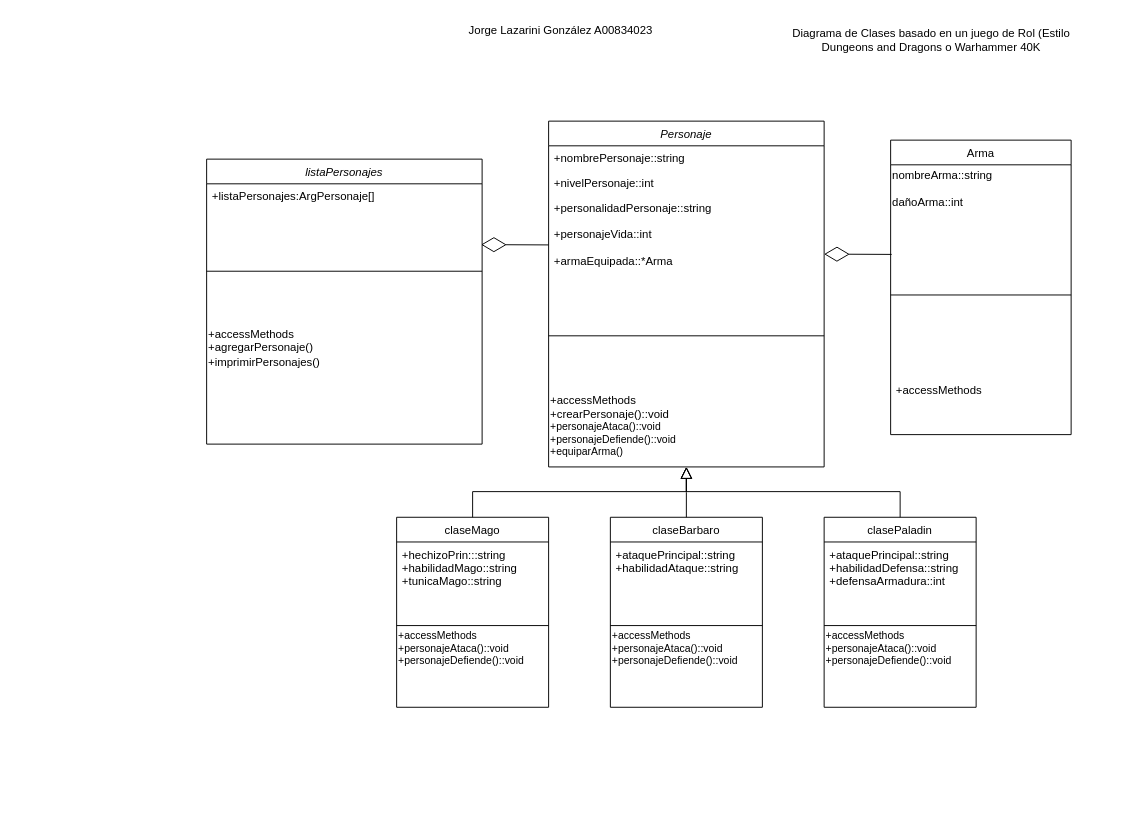
The draw.io diagram Untitled Diagram.drawio in VotelessCows/ProyectoIntegrador, before the edit. Source tidied: cells renumbered, new cells numbered last; positions are measured from the earlier drawing's top-left corner, leaving out a move shared by most shapes. Both pictures are drawn from the tidied source at 95%, with x=0, y=0 at pixel (206, 16).
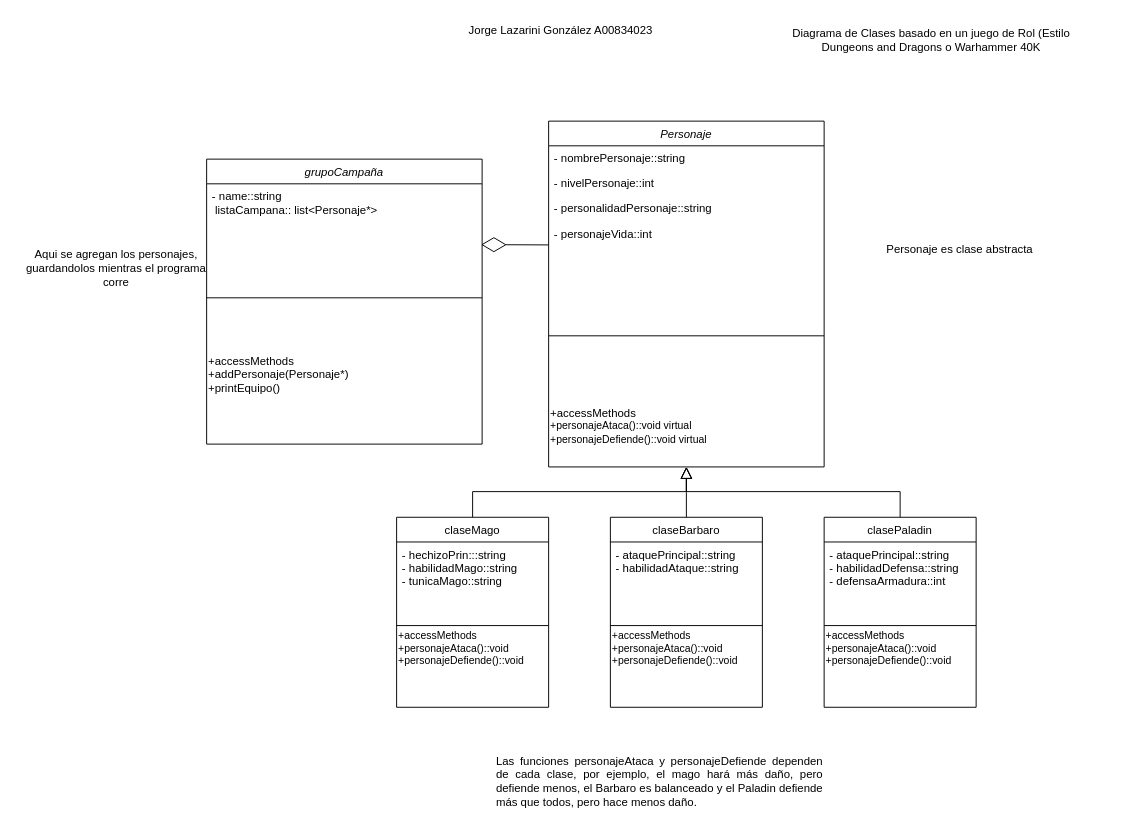
After the change.

Unchanged cells that the change refers to:
```xml
<mxCell id="2" value="Personaje" style="swimlane;fontStyle=2;align=center;verticalAlign=top;horizontal=1;startSize=26;rounded=0;shadow=0;strokeWidth=1;" parent="1" vertex="1">
  <mxGeometry x="360" y="110" width="290" height="364" as="geometry" />
</mxCell>
<mxCell id="8" value="claseBarbaro" style="swimlane;fontStyle=0;align=center;verticalAlign=top;horizontal=1;startSize=26;rounded=0;shadow=0;strokeWidth=1;" parent="1" vertex="1">
  <mxGeometry x="425" y="527" width="160" height="200" as="geometry" />
</mxCell>
<mxCell id="25" value="clasePaladin" style="swimlane;fontStyle=0;align=center;verticalAlign=top;horizontal=1;startSize=26;rounded=0;shadow=0;strokeWidth=1;" parent="1" vertex="1">
  <mxGeometry x="650" y="527" width="160" height="200" as="geometry" />
</mxCell>
<mxCell id="30" value="claseMago" style="swimlane;fontStyle=0;align=center;verticalAlign=top;horizontal=1;startSize=26;rounded=0;shadow=0;strokeWidth=1;" parent="1" vertex="1">
  <mxGeometry x="200" y="527" width="160" height="200" as="geometry" />
</mxCell>
```

What changed in the source:
```diff
@@
-    <mxCell id="3" value="+nombrePersonaje::string" style="text;align=left;verticalAlign=top;spacingLeft=4;spacingRight=4;overflow=hidden;" parent="2" vertex="1">
+    <mxCell id="3" value="- nombrePersonaje::string" style="text;align=left;verticalAlign=top;spacingLeft=4;spacingRight=4;overflow=hidden;" parent="2" vertex="1">
       <mxGeometry y="26" width="290" height="26" as="geometry" />
     </mxCell>
-    <mxCell id="4" value="+nivelPersonaje::int" style="text;align=left;verticalAlign=top;spacingLeft=4;spacingRight=4;overflow=hidden;rounded=0;shadow=0;html=0;" parent="2" vertex="1">
+    <mxCell id="4" value="- nivelPersonaje::int" style="text;align=left;verticalAlign=top;spacingLeft=4;spacingRight=4;overflow=hidden;rounded=0;shadow=0;html=0;" parent="2" vertex="1">
       <mxGeometry y="52" width="290" height="26" as="geometry" />
     </mxCell>
-    <mxCell id="5" value="+personalidadPersonaje::string&#10;&#10;+personajeVida::int&#10;&#10;+armaEquipada::*Arma&#10;&#10;&#10;&#10;&#10;" style="text;align=left;verticalAlign=top;spacingLeft=4;spacingRight=4;overflow=hidden;rounded=0;shadow=0;html=0;" parent="2" vertex="1">
+    <mxCell id="5" value="- personalidadPersonaje::string&#10;&#10;- personajeVida::int&#10;&#10;&#10;&#10;&#10;&#10;" style="text;align=left;verticalAlign=top;spacingLeft=4;spacingRight=4;overflow=hidden;rounded=0;shadow=0;html=0;" parent="2" vertex="1">
       <mxGeometry y="78" width="290" height="82" as="geometry" />
     </mxCell>
@@
-    <mxCell id="7" value="&lt;span style=&quot;font-size: 12px;&quot;&gt;+accessMethods&lt;br&gt;+crearPersonaje()::void&lt;br&gt;&lt;/span&gt;+personajeAtaca()::void&lt;br&gt;+personajeDefiende()::void&lt;br&gt;+equiparArma()&lt;br style=&quot;padding: 0px; margin: 0px; font-size: 12px;&quot;&gt;&lt;span style=&quot;font-size: 12px;&quot;&gt;&lt;br&gt;&lt;/span&gt;" style="text;html=1;strokeColor=none;fillColor=none;align=left;verticalAlign=middle;whiteSpace=wrap;rounded=0;fontSize=11;" parent="2" vertex="1">
+    <mxCell id="7" value="&lt;span style=&quot;font-size: 12px;&quot;&gt;+accessMethods&lt;br&gt;&lt;/span&gt;+personajeAtaca()::void virtual&lt;br&gt;+personajeDefiende()::void virtual&lt;br&gt;&lt;span style=&quot;font-size: 12px;&quot;&gt;&lt;br&gt;&lt;/span&gt;" style="text;html=1;strokeColor=none;fillColor=none;align=left;verticalAlign=middle;whiteSpace=wrap;rounded=0;fontSize=11;" parent="2" vertex="1">
       <mxGeometry y="292" width="290" height="72" as="geometry" />
     </mxCell>
@@
-    <mxCell id="9" value="+ataquePrincipal::string&#10;+habilidadAtaque::string&#10;" style="text;align=left;verticalAlign=top;spacingLeft=4;spacingRight=4;overflow=hidden;" parent="8" vertex="1">
+    <mxCell id="9" value="- ataquePrincipal::string&#10;- habilidadAtaque::string&#10;" style="text;align=left;verticalAlign=top;spacingLeft=4;spacingRight=4;overflow=hidden;" parent="8" vertex="1">
       <mxGeometry y="26" width="160" height="84" as="geometry" />
     </mxCell>
@@
-    <mxCell id="14" style="endArrow=diamondThin;endFill=0;endSize=24;html=1;rounded=0;exitX=0.006;exitY=0.033;exitDx=0;exitDy=0;exitPerimeter=0;" parent="1" edge="1">
-      <mxGeometry relative="1" as="geometry">
-        <mxPoint x="721.1" y="250.3" as="sourcePoint" />
-        <mxPoint x="650" y="250" as="targetPoint" />
-      </mxGeometry>
-    </mxCell>
-    <mxCell id="15" value="Arma" style="swimlane;fontStyle=0;align=center;verticalAlign=top;horizontal=1;startSize=26;" parent="1" vertex="1">
-      <mxGeometry x="720" y="130" width="190" height="310" as="geometry" />
-    </mxCell>
-    <mxCell id="16" value="&lt;div style=&quot;&quot;&gt;&lt;span style=&quot;background-color: initial;&quot;&gt;nombreArma::string&lt;/span&gt;&lt;/div&gt;&lt;div style=&quot;&quot;&gt;&lt;span style=&quot;background-color: initial;&quot;&gt;&lt;br&gt;&lt;/span&gt;&lt;/div&gt;&lt;div style=&quot;&quot;&gt;&lt;span style=&quot;background-color: initial;&quot;&gt;dañoArma::int&lt;/span&gt;&lt;/div&gt;" style="text;html=1;align=left;verticalAlign=middle;strokeColor=none;fillColor=none;" parent="15" vertex="1">
-      <mxGeometry y="26" width="190" height="50" as="geometry" />
-    </mxCell>
-    <mxCell id="17" style="line;strokeWidth=1;fillColor=none;align=left;verticalAlign=middle;spacingTop=-1;spacingLeft=3;spacingRight=3;labelPosition=right;" parent="15" vertex="1">
-      <mxGeometry y="76" width="190" height="174" as="geometry" />
-    </mxCell>
-    <mxCell id="18" value="+accessMethods&#10;" style="text;strokeColor=none;fillColor=none;align=left;verticalAlign=top;spacingLeft=4;spacingRight=4;overflow=hidden;" parent="15" vertex="1">
-      <mxGeometry y="250" width="190" height="60" as="geometry" />
-    </mxCell>
@@
-    <mxCell id="20" value="listaPersonajes" style="swimlane;fontStyle=2;align=center;verticalAlign=top;horizontal=1;startSize=26;rounded=0;shadow=0;strokeWidth=1;" parent="1" vertex="1">
+    <mxCell id="20" value="grupoCampaña" style="swimlane;fontStyle=2;align=center;verticalAlign=top;horizontal=1;startSize=26;rounded=0;shadow=0;strokeWidth=1;" parent="1" vertex="1">
       <mxGeometry y="150" width="290" height="300" as="geometry" />
     </mxCell>
-    <mxCell id="21" value="+listaPersonajes:ArgPersonaje[]" style="text;align=left;verticalAlign=top;spacingLeft=4;spacingRight=4;overflow=hidden;" parent="20" vertex="1">
-      <mxGeometry y="26" width="290" height="26" as="geometry" />
+    <mxCell id="21" value="- name::string&#10; listaCampana:: list&lt;Personaje*&gt;&#10;" style="text;align=left;verticalAlign=top;spacingLeft=4;spacingRight=4;overflow=hidden;" parent="20" vertex="1">
+      <mxGeometry y="26" width="290" height="54" as="geometry" />
     </mxCell>
     <mxCell id="22" style="line;html=1;strokeWidth=1;align=left;verticalAlign=middle;spacingTop=-1;spacingLeft=3;spacingRight=3;labelPosition=right;" parent="20" vertex="1">
-      <mxGeometry y="52" width="290" height="132" as="geometry" />
+      <mxGeometry y="80" width="290" height="132" as="geometry" />
     </mxCell>
-    <mxCell id="23" value="&lt;span style=&quot;font-size: 12px;&quot;&gt;+accessMethods&lt;br&gt;&lt;/span&gt;&lt;span style=&quot;font-size: 12px;&quot;&gt;+agregarPersonaje()&lt;br&gt;+imprimirPersonajes()&lt;br&gt;&lt;/span&gt;" style="text;html=1;strokeColor=none;fillColor=none;align=left;verticalAlign=middle;whiteSpace=wrap;rounded=0;fontSize=11;" parent="20" vertex="1">
-      <mxGeometry y="184" width="290" height="30" as="geometry" />
+    <mxCell id="23" value="&lt;span style=&quot;font-size: 12px;&quot;&gt;+accessMethods&lt;br&gt;&lt;/span&gt;&lt;span style=&quot;font-size: 12px;&quot;&gt;+addPersonaje(Personaje*)&lt;br&gt;+printEquipo()&lt;br&gt;&lt;/span&gt;" style="text;html=1;strokeColor=none;fillColor=none;align=left;verticalAlign=middle;whiteSpace=wrap;rounded=0;fontSize=11;" parent="20" vertex="1">
+      <mxGeometry y="212" width="290" height="30" as="geometry" />
     </mxCell>
@@
-    <mxCell id="26" value="+ataquePrincipal::string&#10;+habilidadDefensa::string&#10;+defensaArmadura::int" style="text;align=left;verticalAlign=top;spacingLeft=4;spacingRight=4;overflow=hidden;" parent="25" vertex="1">
+    <mxCell id="26" value="- ataquePrincipal::string&#10;- habilidadDefensa::string&#10;- defensaArmadura::int" style="text;align=left;verticalAlign=top;spacingLeft=4;spacingRight=4;overflow=hidden;" parent="25" vertex="1">
       <mxGeometry y="26" width="160" height="84" as="geometry" />
     </mxCell>
@@
-    <mxCell id="31" value="+hechizoPrin:::string&#10;+habilidadMago::string&#10;+tunicaMago::string" style="text;align=left;verticalAlign=top;spacingLeft=4;spacingRight=4;overflow=hidden;" parent="30" vertex="1">
+    <mxCell id="31" value="- hechizoPrin:::string&#10;- habilidadMago::string&#10;- tunicaMago::string" style="text;align=left;verticalAlign=top;spacingLeft=4;spacingRight=4;overflow=hidden;" parent="30" vertex="1">
       <mxGeometry y="26" width="160" height="84" as="geometry" />
     </mxCell>
@@
+    <mxCell id="35" value="Personaje es clase abstracta" style="text;html=1;strokeColor=none;fillColor=none;align=center;verticalAlign=middle;whiteSpace=wrap;rounded=0;" parent="1" vertex="1">
+      <mxGeometry x="620" y="230" width="346" height="30" as="geometry" />
+    </mxCell>
+    <mxCell id="36" value="&lt;div style=&quot;text-align: justify;&quot;&gt;&lt;span style=&quot;background-color: initial;&quot;&gt;Las funciones personajeAtaca y personajeDefiende dependen de cada clase, por ejemplo, el mago hará más daño, pero defiende menos, el Barbaro es balanceado y el Paladin defiende más que todos, pero hace menos daño.&lt;/span&gt;&lt;/div&gt;" style="text;html=1;strokeColor=none;fillColor=none;align=center;verticalAlign=middle;whiteSpace=wrap;rounded=0;" parent="1" vertex="1">
+      <mxGeometry x="304" y="790" width="346" height="30" as="geometry" />
+    </mxCell>
+    <mxCell id="37" value="Aqui se agregan los personajes, guardandolos mientras el programa corre&lt;br&gt;" style="text;html=1;strokeColor=none;fillColor=none;align=center;verticalAlign=middle;whiteSpace=wrap;rounded=0;" parent="1" vertex="1">
+      <mxGeometry x="-200" y="240" width="210" height="50" as="geometry" />
+    </mxCell>
```
